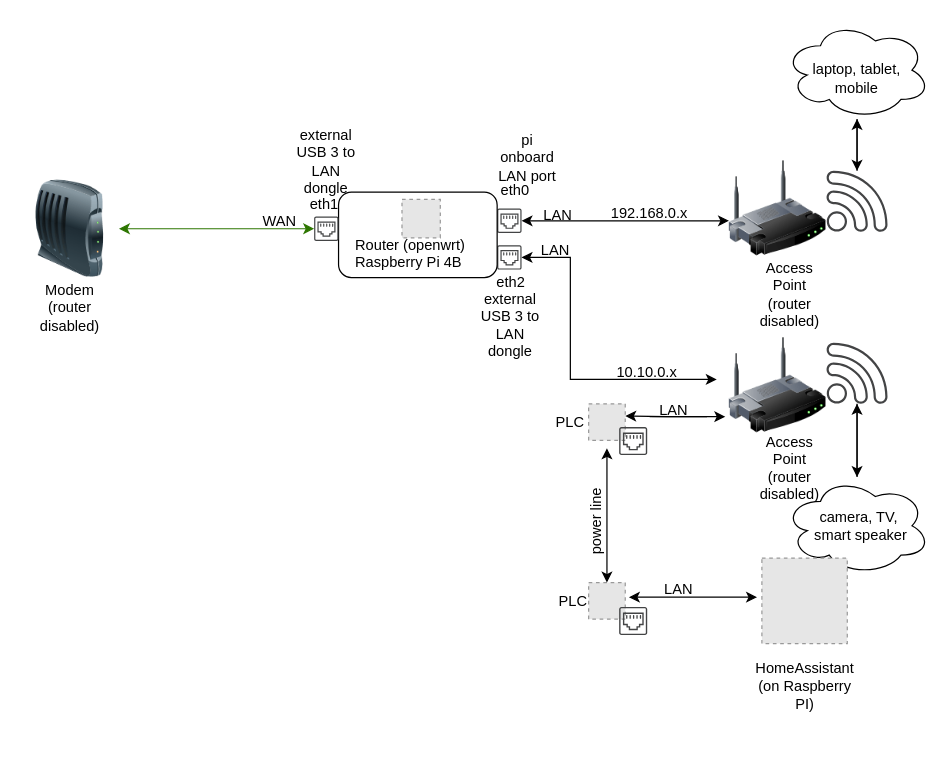
Before: media/zoned_network.drawio in gmrock/gmrock.github.io, a draw.io diagram. Source tidied: cells renumbered, new cells numbered last; positions are measured from the earlier drawing's top-left corner, leaving out a move shared by most shapes. Both pictures are drawn from the tidied source at 122%, with x=0, y=0 at pixel (21, 21). Pictures stored in the file or linked from it are replaced by grey dashed boxes.
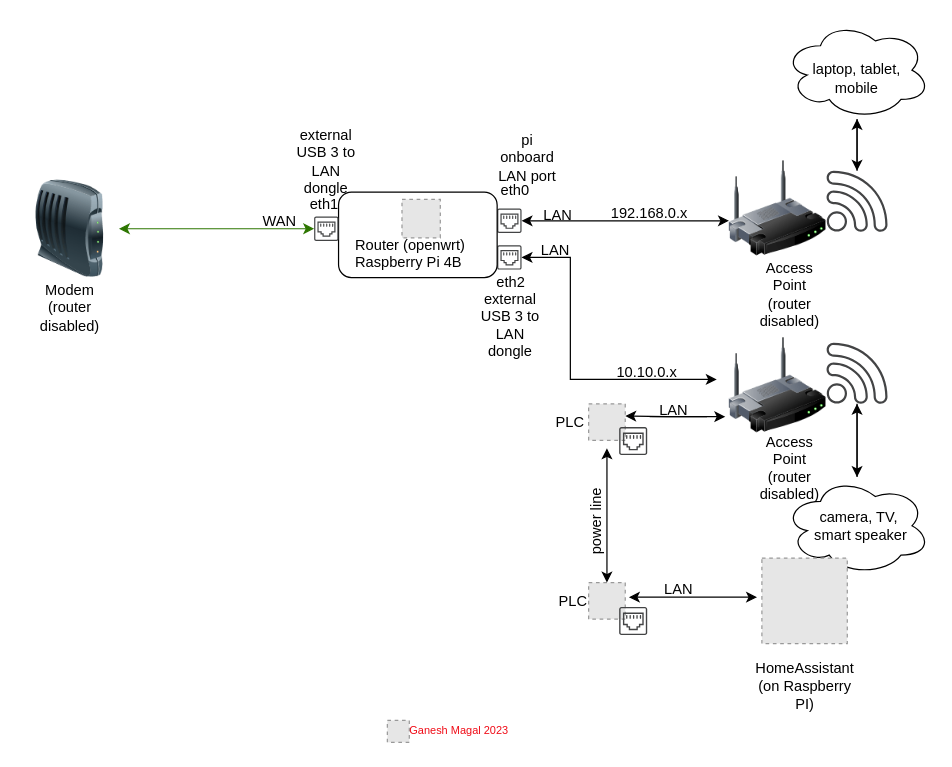
The same page after the edit.

What changed in the source:
```diff
@@
+    <mxCell id="57" style="group;" parent="1" vertex="1">
+      <mxGeometry x="300" y="570" width="118" height="24" as="geometry" />
+    </mxCell>
+    <mxCell id="58" style="fillColor=#E6E6E6;strokeColor=#999999;dashed=1;html=1;verticalAlign=top;verticalLabelPosition=bottom;labelBackgroundColor=#ffffff;" parent="57" vertex="1">
+      <mxGeometry y="3" width="18" height="18" as="geometry" />
+    </mxCell>
+    <mxCell id="59" value="Ganesh Magal 2023" style="text;html=1;strokeColor=none;fillColor=none;align=center;verticalAlign=middle;whiteSpace=wrap;rounded=0;fontSize=9;labelBorderColor=none;labelBackgroundColor=none;fontColor=#f00c17;" parent="57" vertex="1">
+      <mxGeometry width="118" height="24" as="geometry" />
+    </mxCell>
```
